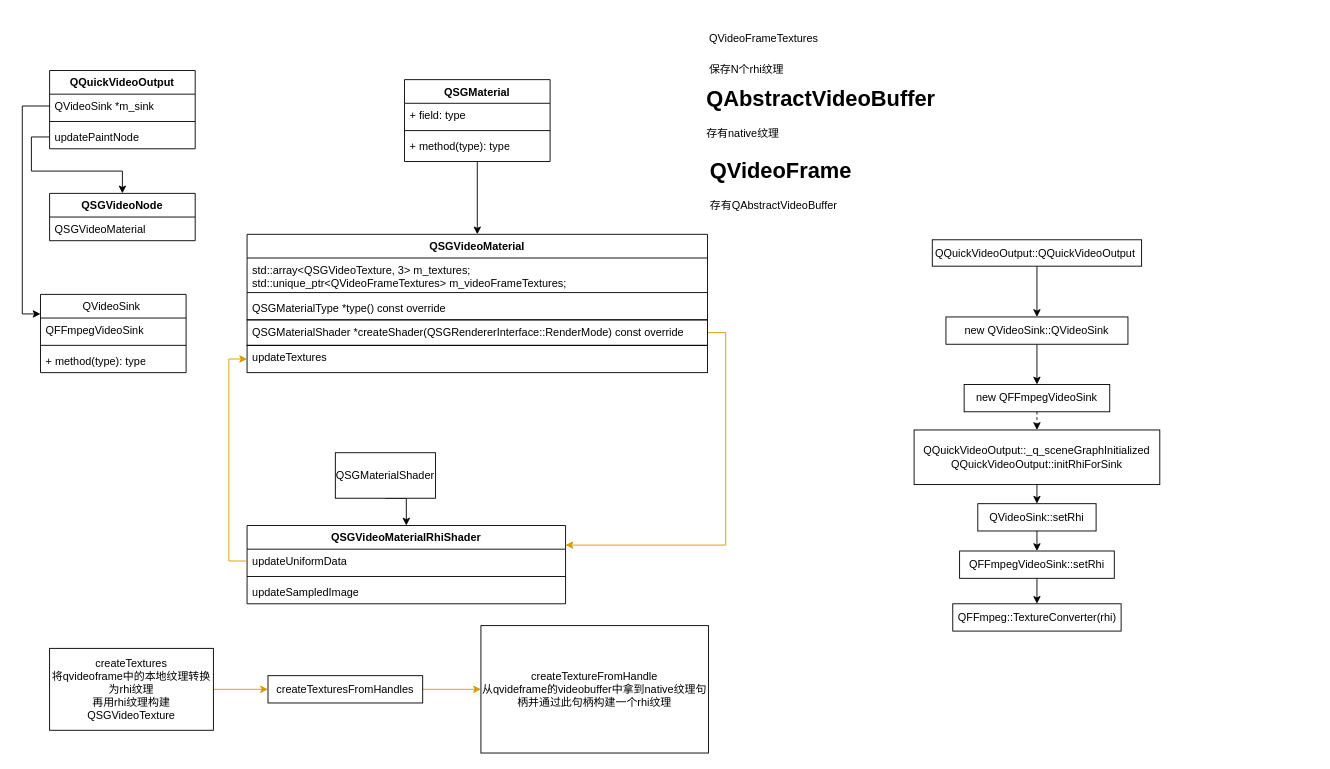
Before: qsgvideonode.drawio in dosmlp/drawio, a draw.io diagram. Source tidied: cells renumbered, new cells numbered last; positions are measured from the earlier drawing's top-left corner, leaving out a move shared by most shapes. Both pictures are drawn from the tidied source at 91%, with x=0, y=0 at pixel (40, 15).
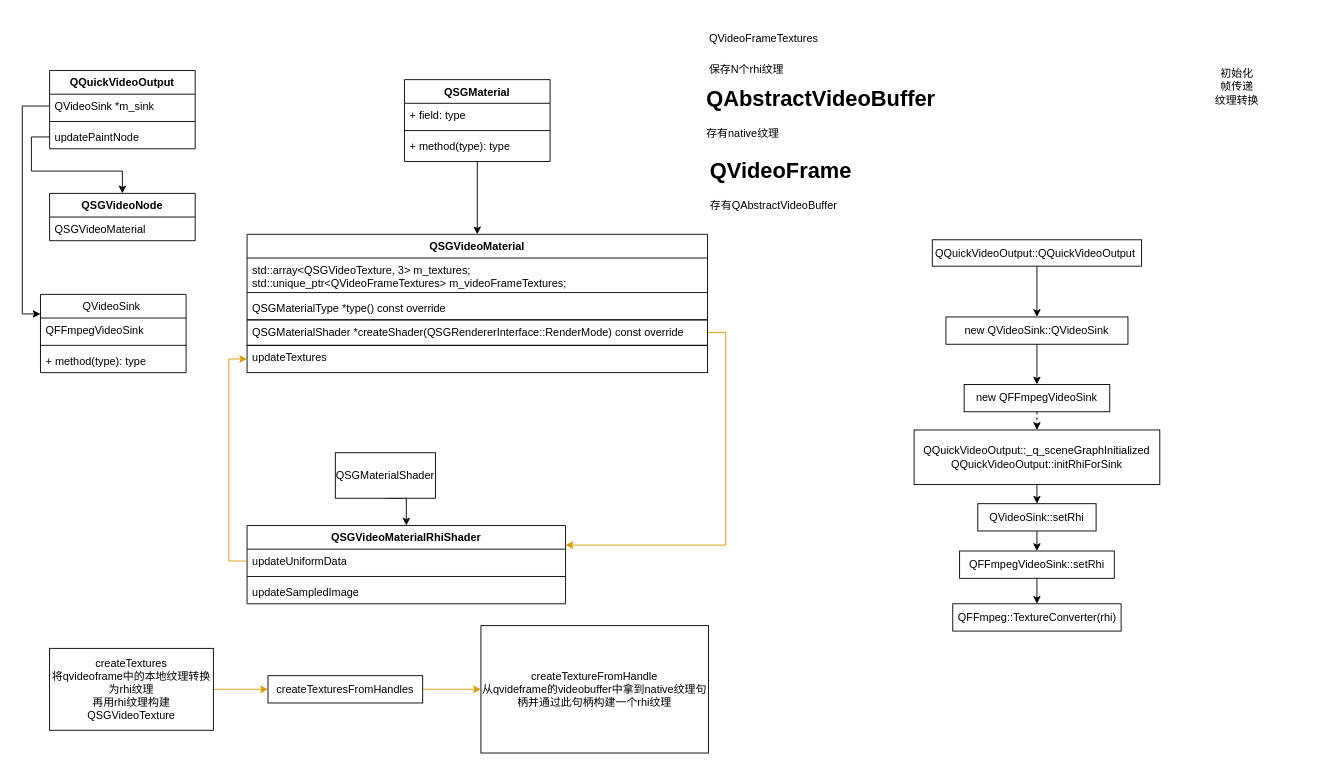
After the change.

Change to the diagram source:
```diff
@@
+    <mxCell id="55" value="初始化&lt;div&gt;帧传递&lt;/div&gt;&lt;div&gt;纹理转换&lt;/div&gt;" style="text;html=1;align=center;verticalAlign=middle;whiteSpace=wrap;rounded=0;" parent="1" vertex="1">
+      <mxGeometry x="1230" y="40" width="170" height="75" as="geometry" />
+    </mxCell>
```
